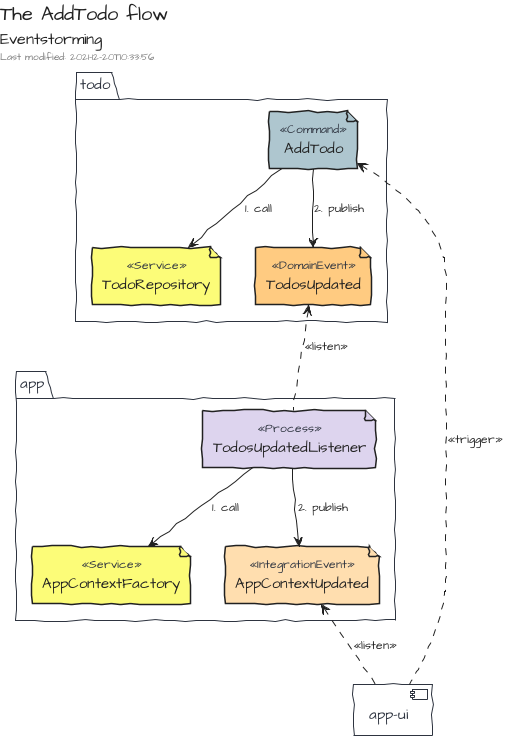
Earlier version of the PlantUML export book/examples/todomvc/eventstorming_AddTodo.png (tmorin/ceb).
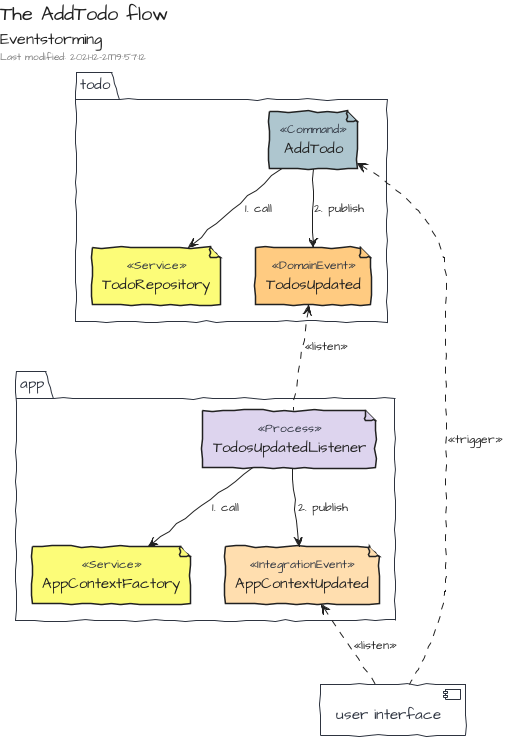
Above is the later version.

What changed in the source:
```diff
@@ -11,12 +11,12 @@
   AppContextFactory()
   AppContextUpdated()
 }
-component app_ui as "app-ui"
+component user_interface as "user interface"
 AddTodo --> TodoRepository : 1. call
 AddTodo --> TodosUpdated : 2. publish
 TodosUpdated <.. TodosUpdatedListener : <<listen>>
 TodosUpdatedListener --> AppContextFactory : 1. call
 TodosUpdatedListener --> AppContextUpdated : 2. publish
-AppContextUpdated <.. app_ui : <<listen>>
-AddTodo <.. app_ui : <<trigger>>
+AppContextUpdated <.. user_interface : <<listen>>
+AddTodo <.. user_interface : <<trigger>>
 @enduml
```
